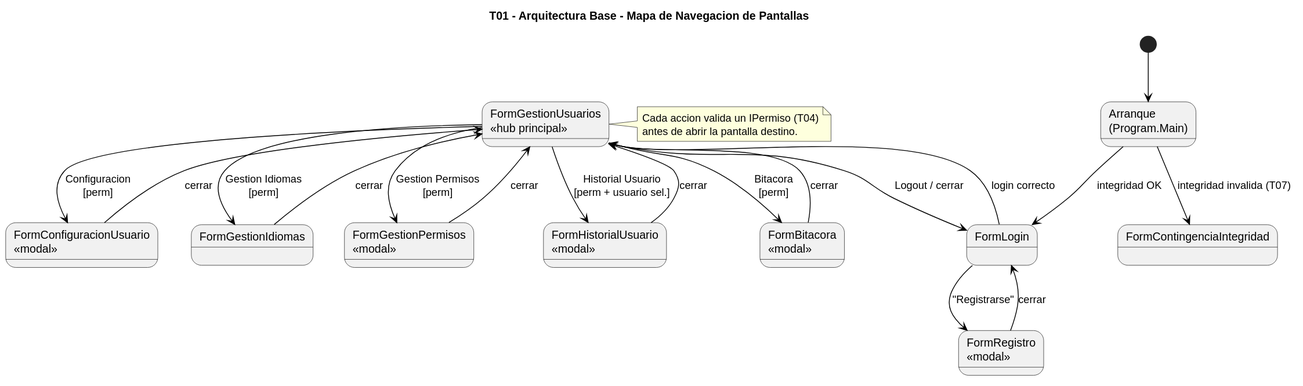
This is diagramas/T01-arquitectura-base/T01-arquitectura-base-navegacion.svg from aggutierrez98/TP-TD, a PlantUML export, as it was before one commit.
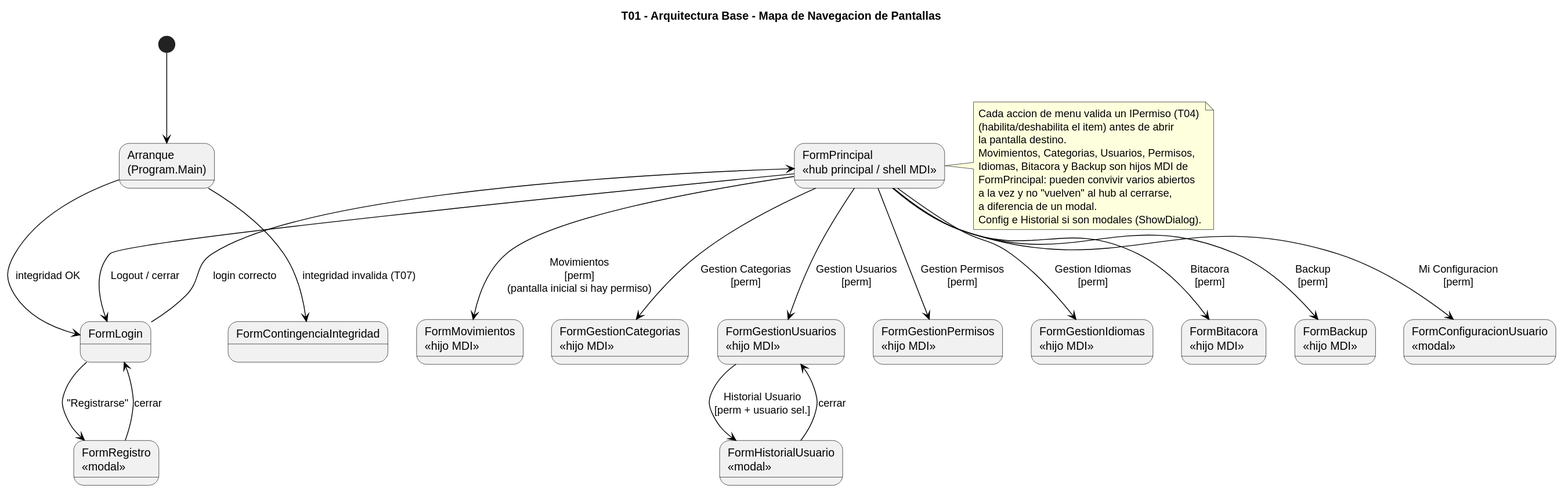
After the commit.

The edit, as a diff of the source:
```diff
@@ -15,35 +15,46 @@
 state "FormContingenciaIntegridad" as Cont
 state "FormLogin" as Login
 state "FormRegistro\n<<modal>>" as Registro
-state "FormGestionUsuarios\n<<hub principal>>" as Hub
+state "FormPrincipal\n<<hub principal / shell MDI>>" as Principal
+state "FormMovimientos\n<<hijo MDI>>" as Movimientos
+state "FormGestionCategorias\n<<hijo MDI>>" as Categorias
+state "FormGestionUsuarios\n<<hijo MDI>>" as Usuarios
+state "FormGestionPermisos\n<<hijo MDI>>" as Permisos
+state "FormGestionIdiomas\n<<hijo MDI>>" as Idiomas
+state "FormBitacora\n<<hijo MDI>>" as Bitacora
+state "FormBackup\n<<hijo MDI>>" as Backup
 state "FormConfiguracionUsuario\n<<modal>>" as Config
-state "FormGestionIdiomas" as Idiomas
-state "FormGestionPermisos\n<<modal>>" as Permisos
 state "FormHistorialUsuario\n<<modal>>" as Historial
-state "FormBitacora\n<<modal>>" as Bitacora
 
 Arranque --> Cont : integridad invalida (T07)
 Arranque --> Login : integridad OK
 
 Login --> Registro : "Registrarse"
 Registro --> Login : cerrar
-Login --> Hub : login correcto
-Hub --> Login : Logout / cerrar
+Login --> Principal : login correcto
+Principal --> Login : Logout / cerrar
 
-Hub --> Config : Configuracion\n[perm]
-Hub --> Idiomas : Gestion Idiomas\n[perm]
-Hub --> Permisos : Gestion Permisos\n[perm]
-Hub --> Historial : Historial Usuario\n[perm + usuario sel.]
-Hub --> Bitacora : Bitacora\n[perm]
+Principal --> Movimientos : Movimientos\n[perm]\n(pantalla inicial si hay permiso)
+Principal --> Categorias : Gestion Categorias\n[perm]
+Principal --> Usuarios : Gestion Usuarios\n[perm]
+Principal --> Permisos : Gestion Permisos\n[perm]
+Principal --> Idiomas : Gestion Idiomas\n[perm]
+Principal --> Bitacora : Bitacora\n[perm]
+Principal --> Backup : Backup\n[perm]
+Principal --> Config : Mi Configuracion\n[perm]
 
-Config --> Hub : cerrar
-Idiomas --> Hub : cerrar
-Permisos --> Hub : cerrar
-Historial --> Hub : cerrar
-Bitacora --> Hub : cerrar
+Usuarios --> Historial : Historial Usuario\n[perm + usuario sel.]
+Historial --> Usuarios : cerrar
 
-note right of Hub
-  Cada accion valida un IPermiso (T04)
-  antes de abrir la pantalla destino.
+note right of Principal
+  Cada accion de menu valida un IPermiso (T04)
+  (habilita/deshabilita el item) antes de abrir
+  la pantalla destino.
+  Movimientos, Categorias, Usuarios, Permisos,
+  Idiomas, Bitacora y Backup son hijos MDI de
+  FormPrincipal: pueden convivir varios abiertos
+  a la vez y no "vuelven" al hub al cerrarse,
+  a diferencia de un modal.
+  Config e Historial si son modales (ShowDialog).
 end note
 @enduml
```
